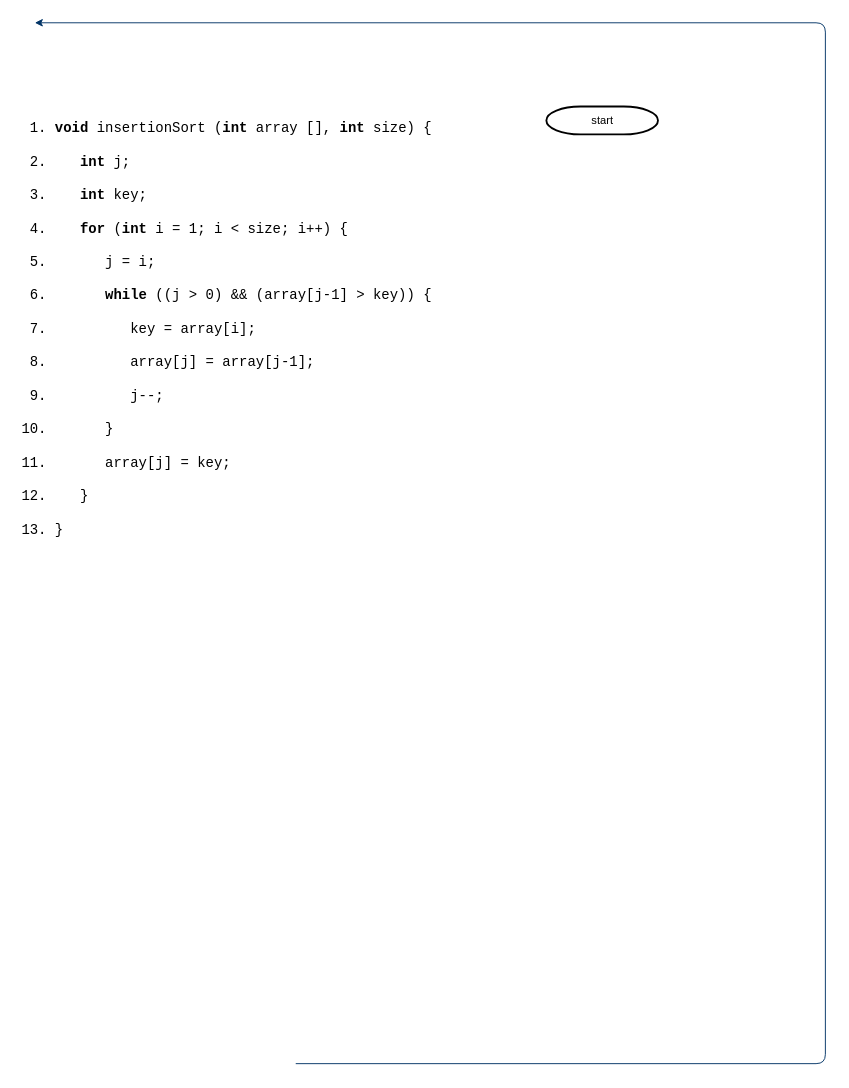
Earlier version of the draw.io diagram assignment04/Untitled Diagram.drawio (alli959/software_testing). Source tidied: cells renumbered, new cells numbered last; positions are measured from the earlier drawing's top-left corner, leaving out a move shared by most shapes. Both pictures are drawn from the tidied source at 93%, with x=0, y=0 at pixel (16, 22).
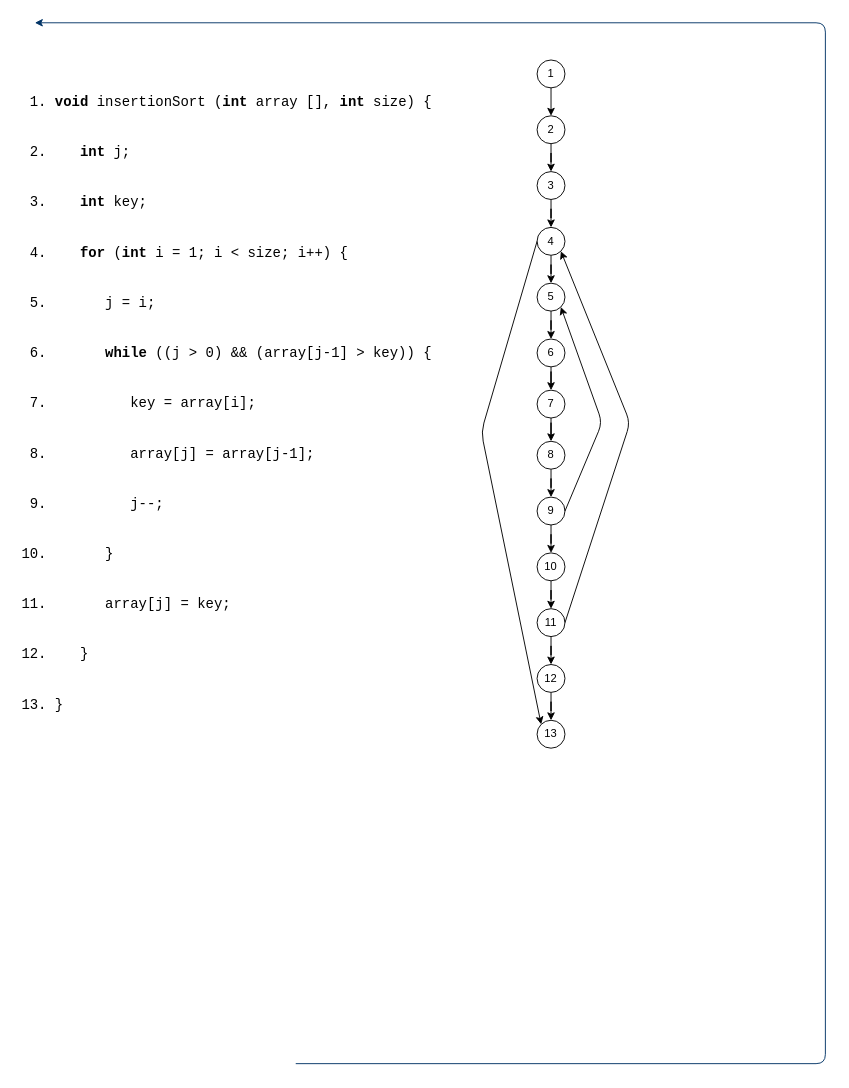
The same diagram, later.

Commit message:
arrows started

What changed in the source:
```diff
@@
-    <mxCell id="2" value="start" style="shape=mxgraph.flowchart.terminator;strokeWidth=2;gradientColor=none;gradientDirection=north;fontStyle=0;html=1;" parent="1" vertex="1">
-      <mxGeometry x="570" y="90" width="120" height="30" as="geometry" />
-    </mxCell>
@@
-    <mxCell id="4" value="&lt;pre style=&quot;font-size: 15px&quot;&gt;&lt;ol&gt;&lt;li&gt;&lt;font face=&quot;Courier New&quot; style=&quot;font-size: 15px&quot;&gt;&lt;b&gt;void &lt;/b&gt;insertionSort (&lt;b&gt;int &lt;/b&gt;array [], &lt;b&gt;int&lt;/b&gt;&amp;nbsp;size) {&lt;br/&gt;&lt;br/&gt;&lt;/font&gt;&lt;/li&gt;&lt;li&gt;&lt;font face=&quot;Courier New&quot; style=&quot;font-size: 15px&quot;&gt;&lt;b&gt;   int&lt;/b&gt;&amp;nbsp;j;&lt;br/&gt;&lt;br/&gt;&lt;/font&gt;&lt;/li&gt;&lt;li&gt;&lt;font face=&quot;Courier New&quot; style=&quot;font-size: 15px&quot;&gt;   &lt;b&gt;int&lt;/b&gt; key;&lt;br/&gt;&lt;br/&gt;&lt;/font&gt;&lt;/li&gt;&lt;li&gt;&lt;font face=&quot;Courier New&quot; style=&quot;font-size: 15px&quot;&gt;   &lt;b&gt;for&lt;/b&gt; (&lt;b&gt;int&lt;/b&gt; i = 1; i &amp;lt; size; i++) {&lt;br/&gt;&lt;br/&gt;&lt;/font&gt;&lt;/li&gt;&lt;li&gt;&lt;font face=&quot;Courier New&quot; style=&quot;font-size: 15px&quot;&gt;      j = i;&lt;br/&gt;&lt;br/&gt;&lt;/font&gt;&lt;/li&gt;&lt;li&gt;&lt;font face=&quot;Courier New&quot; style=&quot;font-size: 15px&quot;&gt;      &lt;b&gt;while&lt;/b&gt; ((j &amp;gt; 0) &amp;amp;&amp;amp; (array[j-1] &amp;gt; key)) {&lt;br/&gt;&lt;br/&gt;&lt;/font&gt;&lt;/li&gt;&lt;li&gt;&lt;font face=&quot;Courier New&quot; style=&quot;font-size: 15px&quot;&gt;         key = array[i];&lt;br/&gt;&lt;br/&gt;&lt;/font&gt;&lt;/li&gt;&lt;li&gt;&lt;font face=&quot;Courier New&quot; style=&quot;font-size: 15px&quot;&gt;         array[j] = array[j-1];&lt;br/&gt;&lt;br/&gt;&lt;/font&gt;&lt;/li&gt;&lt;li&gt;&lt;font face=&quot;Courier New&quot; style=&quot;font-size: 15px&quot;&gt;         j--;&lt;br/&gt;&lt;br/&gt;&lt;/font&gt;&lt;/li&gt;&lt;li&gt;&lt;font face=&quot;Courier New&quot; style=&quot;font-size: 15px&quot;&gt;      }&lt;br/&gt;&lt;br/&gt;&lt;/font&gt;&lt;/li&gt;&lt;li&gt;&lt;font face=&quot;Courier New&quot; style=&quot;font-size: 15px&quot;&gt;      array[j] = key;&lt;br/&gt;&lt;br/&gt;&lt;/font&gt;&lt;/li&gt;&lt;li&gt;&lt;font face=&quot;Courier New&quot; style=&quot;font-size: 15px&quot;&gt;   }&lt;br/&gt;&lt;br/&gt;&lt;/font&gt;&lt;/li&gt;&lt;li&gt;&lt;font face=&quot;Courier New&quot; style=&quot;font-size: 15px&quot;&gt;}&lt;/font&gt;&lt;/li&gt;&lt;/ol&gt;&lt;/pre&gt;" style="text;html=1;strokeColor=none;fillColor=none;align=left;verticalAlign=middle;whiteSpace=wrap;rounded=0;" parent="1" vertex="1">
-      <mxGeometry y="40" width="451" height="580" as="geometry" />
+    <mxCell id="4" value="&lt;pre style=&quot;font-size: 15px&quot;&gt;&lt;ol&gt;&lt;li&gt;&lt;font face=&quot;Courier New&quot; style=&quot;font-size: 15px&quot;&gt;&lt;b&gt;void &lt;/b&gt;insertionSort (&lt;b&gt;int &lt;/b&gt;array [], &lt;b&gt;int&lt;/b&gt;&amp;nbsp;size) {&lt;br/&gt;&lt;br&gt;&lt;br&gt;&lt;/font&gt;&lt;/li&gt;&lt;li&gt;&lt;font face=&quot;Courier New&quot; style=&quot;font-size: 15px&quot;&gt;&lt;b&gt;   int&lt;/b&gt;&amp;nbsp;j;&lt;br/&gt;&lt;br&gt;&lt;br&gt;&lt;/font&gt;&lt;/li&gt;&lt;li&gt;&lt;font face=&quot;Courier New&quot; style=&quot;font-size: 15px&quot;&gt;   &lt;b&gt;int&lt;/b&gt; key;&lt;br/&gt;&lt;br&gt;&lt;br&gt;&lt;/font&gt;&lt;/li&gt;&lt;li&gt;&lt;font face=&quot;Courier New&quot; style=&quot;font-size: 15px&quot;&gt;   &lt;b&gt;for&lt;/b&gt; (&lt;b&gt;int&lt;/b&gt; i = 1; i &amp;lt; size; i++) {&lt;br/&gt;&lt;br&gt;&lt;br&gt;&lt;/font&gt;&lt;/li&gt;&lt;li&gt;&lt;font face=&quot;Courier New&quot; style=&quot;font-size: 15px&quot;&gt;      j = i;&lt;br/&gt;&lt;br&gt;&lt;br&gt;&lt;/font&gt;&lt;/li&gt;&lt;li&gt;&lt;font face=&quot;Courier New&quot; style=&quot;font-size: 15px&quot;&gt;      &lt;b&gt;while&lt;/b&gt; ((j &amp;gt; 0) &amp;amp;&amp;amp; (array[j-1] &amp;gt; key)) {&lt;br/&gt;&lt;br&gt;&lt;br&gt;&lt;/font&gt;&lt;/li&gt;&lt;li&gt;&lt;font face=&quot;Courier New&quot; style=&quot;font-size: 15px&quot;&gt;         key = array[i];&lt;br/&gt;&lt;br&gt;&lt;br&gt;&lt;/font&gt;&lt;/li&gt;&lt;li&gt;&lt;font face=&quot;Courier New&quot; style=&quot;font-size: 15px&quot;&gt;         array[j] = array[j-1];&lt;br/&gt;&lt;br&gt;&lt;br&gt;&lt;/font&gt;&lt;/li&gt;&lt;li&gt;&lt;font face=&quot;Courier New&quot; style=&quot;font-size: 15px&quot;&gt;         j--;&lt;br/&gt;&lt;br&gt;&lt;br&gt;&lt;/font&gt;&lt;/li&gt;&lt;li&gt;&lt;font face=&quot;Courier New&quot; style=&quot;font-size: 15px&quot;&gt;      }&lt;br/&gt;&lt;br&gt;&lt;br&gt;&lt;/font&gt;&lt;/li&gt;&lt;li&gt;&lt;font face=&quot;Courier New&quot; style=&quot;font-size: 15px&quot;&gt;      array[j] = key;&lt;br/&gt;&lt;br&gt;&lt;br&gt;&lt;/font&gt;&lt;/li&gt;&lt;li&gt;&lt;font face=&quot;Courier New&quot; style=&quot;font-size: 15px&quot;&gt;   }&lt;br/&gt;&lt;br&gt;&lt;br&gt;&lt;/font&gt;&lt;/li&gt;&lt;li&gt;&lt;font face=&quot;Courier New&quot; style=&quot;font-size: 15px&quot;&gt;}&lt;/font&gt;&lt;/li&gt;&lt;/ol&gt;&lt;/pre&gt;" style="text;html=1;strokeColor=none;fillColor=none;align=left;verticalAlign=middle;whiteSpace=wrap;rounded=0;" parent="1" vertex="1">
+      <mxGeometry y="40" width="451" height="740" as="geometry" />
     </mxCell>
+    <mxCell id="5" value="1" style="ellipse;whiteSpace=wrap;html=1;strokeWidth=1;align=center;" parent="1" vertex="1">
+      <mxGeometry x="560" y="40" width="30" height="30" as="geometry" />
+    </mxCell>
+    <mxCell id="6" style="endArrow=classic;html=1;exitX=0.5;exitY=1;exitDx=0;exitDy=0;entryX=0.5;entryY=0;entryDx=0;entryDy=0;entryPerimeter=0;" parent="1" edge="1" source="5" target="8">
+      <mxGeometry relative="1" as="geometry" />
+    </mxCell>
+    <mxCell id="7" style="edgeStyle=orthogonalEdgeStyle;rounded=0;jettySize=auto;html=1;" parent="1" edge="1" source="8" target="10">
+      <mxGeometry relative="1" as="geometry" />
+    </mxCell>
+    <mxCell id="8" value="2" style="ellipse;whiteSpace=wrap;html=1;strokeWidth=1;align=center;" parent="1" vertex="1">
+      <mxGeometry x="560" y="100" width="30" height="30" as="geometry" />
+    </mxCell>
+    <mxCell id="9" style="edgeStyle=orthogonalEdgeStyle;rounded=0;jettySize=auto;html=1;" parent="1" edge="1" source="10" target="12">
+      <mxGeometry relative="1" as="geometry" />
+    </mxCell>
+    <mxCell id="10" value="3" style="ellipse;whiteSpace=wrap;html=1;strokeWidth=1;align=center;" parent="1" vertex="1">
+      <mxGeometry x="560" y="160" width="30" height="30" as="geometry" />
+    </mxCell>
+    <mxCell id="11" style="edgeStyle=orthogonalEdgeStyle;rounded=0;jettySize=auto;html=1;" parent="1" edge="1" source="12" target="14">
+      <mxGeometry relative="1" as="geometry" />
+    </mxCell>
+    <mxCell id="12" value="4" style="ellipse;whiteSpace=wrap;html=1;strokeWidth=1;align=center;" parent="1" vertex="1">
+      <mxGeometry x="560" y="220" width="30" height="30" as="geometry" />
+    </mxCell>
+    <mxCell id="13" style="edgeStyle=orthogonalEdgeStyle;rounded=0;jettySize=auto;html=1;" parent="1" edge="1" source="14" target="16">
+      <mxGeometry relative="1" as="geometry" />
+    </mxCell>
+    <mxCell id="14" value="5" style="ellipse;whiteSpace=wrap;html=1;strokeWidth=1;align=center;" parent="1" vertex="1">
+      <mxGeometry x="560" y="280" width="30" height="30" as="geometry" />
+    </mxCell>
+    <mxCell id="15" style="edgeStyle=orthogonalEdgeStyle;rounded=0;jettySize=auto;html=1;" parent="1" edge="1" source="16" target="18">
+      <mxGeometry relative="1" as="geometry" />
+    </mxCell>
+    <mxCell id="16" value="6" style="ellipse;whiteSpace=wrap;html=1;strokeWidth=1;align=center;" parent="1" vertex="1">
+      <mxGeometry x="560" y="340" width="30" height="30" as="geometry" />
+    </mxCell>
+    <mxCell id="17" style="edgeStyle=orthogonalEdgeStyle;rounded=0;jettySize=auto;html=1;" parent="1" edge="1" source="18" target="20">
+      <mxGeometry relative="1" as="geometry" />
+    </mxCell>
+    <mxCell id="18" value="7" style="ellipse;whiteSpace=wrap;html=1;strokeWidth=1;align=center;" parent="1" vertex="1">
+      <mxGeometry x="560" y="395" width="30" height="30" as="geometry" />
+    </mxCell>
+    <mxCell id="19" style="edgeStyle=orthogonalEdgeStyle;rounded=0;jettySize=auto;html=1;" parent="1" edge="1" source="20" target="22">
+      <mxGeometry relative="1" as="geometry" />
+    </mxCell>
+    <mxCell id="20" value="8" style="ellipse;whiteSpace=wrap;html=1;strokeWidth=1;align=center;" parent="1" vertex="1">
+      <mxGeometry x="560" y="450" width="30" height="30" as="geometry" />
+    </mxCell>
+    <mxCell id="21" style="edgeStyle=orthogonalEdgeStyle;rounded=0;jettySize=auto;html=1;" parent="1" edge="1" source="22" target="24">
+      <mxGeometry relative="1" as="geometry" />
+    </mxCell>
+    <mxCell id="22" value="9" style="ellipse;whiteSpace=wrap;html=1;strokeWidth=1;align=center;" parent="1" vertex="1">
+      <mxGeometry x="560" y="510" width="30" height="30" as="geometry" />
+    </mxCell>
+    <mxCell id="23" style="edgeStyle=orthogonalEdgeStyle;rounded=0;jettySize=auto;html=1;" parent="1" edge="1" source="24" target="26">
+      <mxGeometry relative="1" as="geometry" />
+    </mxCell>
+    <mxCell id="24" value="10" style="ellipse;whiteSpace=wrap;html=1;strokeWidth=1;align=center;" parent="1" vertex="1">
+      <mxGeometry x="560" y="570" width="30" height="30" as="geometry" />
+    </mxCell>
+    <mxCell id="25" style="edgeStyle=orthogonalEdgeStyle;rounded=0;jettySize=auto;html=1;" parent="1" edge="1" source="26" target="28">
+      <mxGeometry relative="1" as="geometry" />
+    </mxCell>
+    <mxCell id="26" value="11" style="ellipse;whiteSpace=wrap;html=1;strokeWidth=1;align=center;" parent="1" vertex="1">
+      <mxGeometry x="560" y="630" width="30" height="30" as="geometry" />
+    </mxCell>
+    <mxCell id="27" style="edgeStyle=orthogonalEdgeStyle;rounded=0;jettySize=auto;html=1;" parent="1" edge="1" source="28" target="29">
+      <mxGeometry relative="1" as="geometry" />
+    </mxCell>
+    <mxCell id="28" value="12" style="ellipse;whiteSpace=wrap;html=1;strokeWidth=1;align=center;" parent="1" vertex="1">
+      <mxGeometry x="560" y="690" width="30" height="30" as="geometry" />
+    </mxCell>
+    <mxCell id="29" value="13" style="ellipse;whiteSpace=wrap;html=1;strokeWidth=1;align=center;" parent="1" vertex="1">
+      <mxGeometry x="560" y="750" width="30" height="30" as="geometry" />
+    </mxCell>
+    <mxCell id="30" style="endArrow=classic;html=1;entryX=0;entryY=0;entryDx=0;entryDy=0;exitX=0;exitY=0.5;exitDx=0;exitDy=0;" parent="1" edge="1" source="12" target="29">
+      <mxGeometry relative="1" as="geometry">
+        <Array as="points">
+          <mxPoint x="500" y="440" />
+        </Array>
+      </mxGeometry>
+    </mxCell>
+    <mxCell id="31" style="endArrow=classic;html=1;exitX=1;exitY=0.5;exitDx=0;exitDy=0;entryX=1;entryY=1;entryDx=0;entryDy=0;" parent="1" edge="1" source="26" target="12">
+      <mxGeometry relative="1" as="geometry">
+        <Array as="points">
+          <mxPoint x="660" y="430" />
+        </Array>
+      </mxGeometry>
+    </mxCell>
+    <mxCell id="32" style="endArrow=classic;html=1;exitX=1;exitY=0.5;exitDx=0;exitDy=0;entryX=1;entryY=1;entryDx=0;entryDy=0;" parent="1" edge="1" source="22" target="14">
+      <mxGeometry relative="1" as="geometry">
+        <Array as="points">
+          <mxPoint x="630" y="430" />
+        </Array>
+      </mxGeometry>
+    </mxCell>
```
